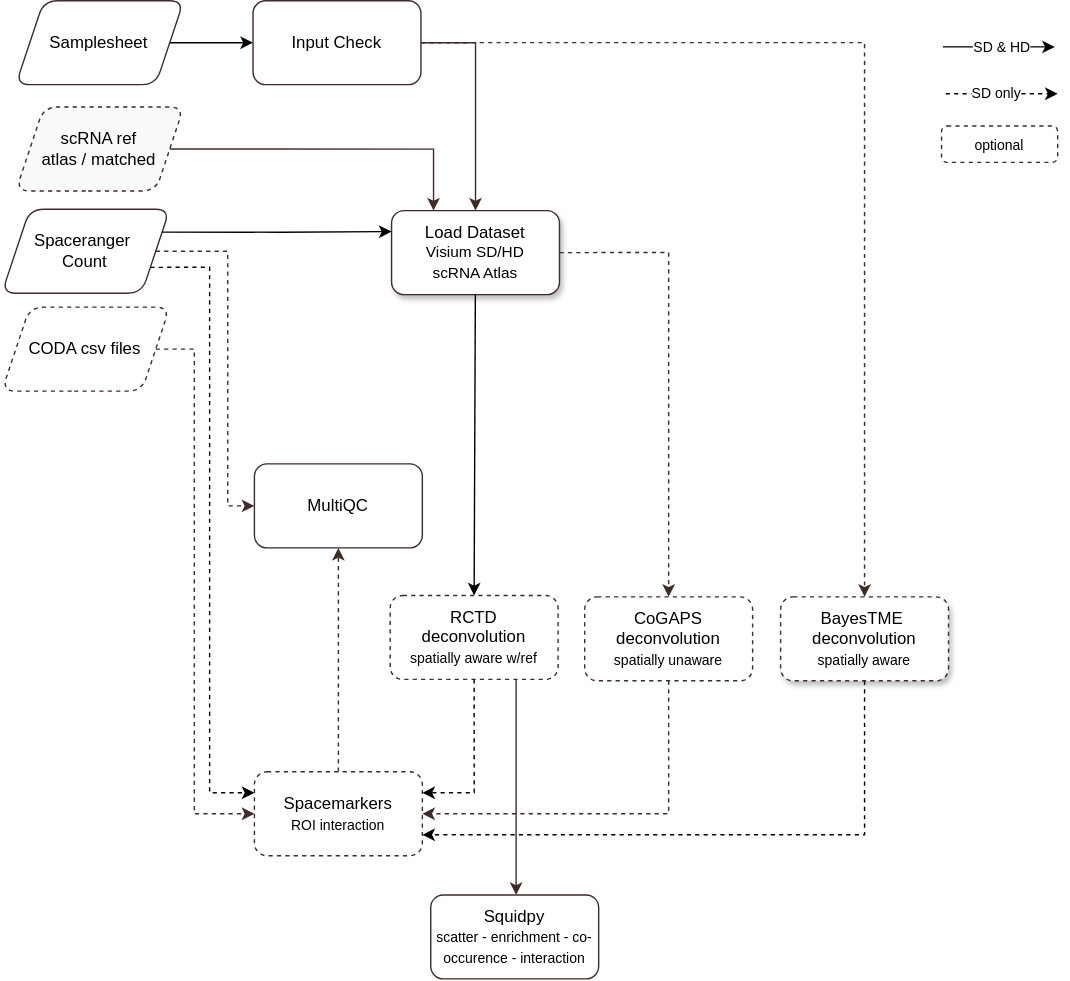
Earlier version of the draw.io export assets/btc-visium.svg (break-through-cancer/btc-spatial-pipelines). Source tidied: cells renumbered, new cells last; positions are measured from the earlier drawing's top-left corner, leaving out a move shared by most shapes.
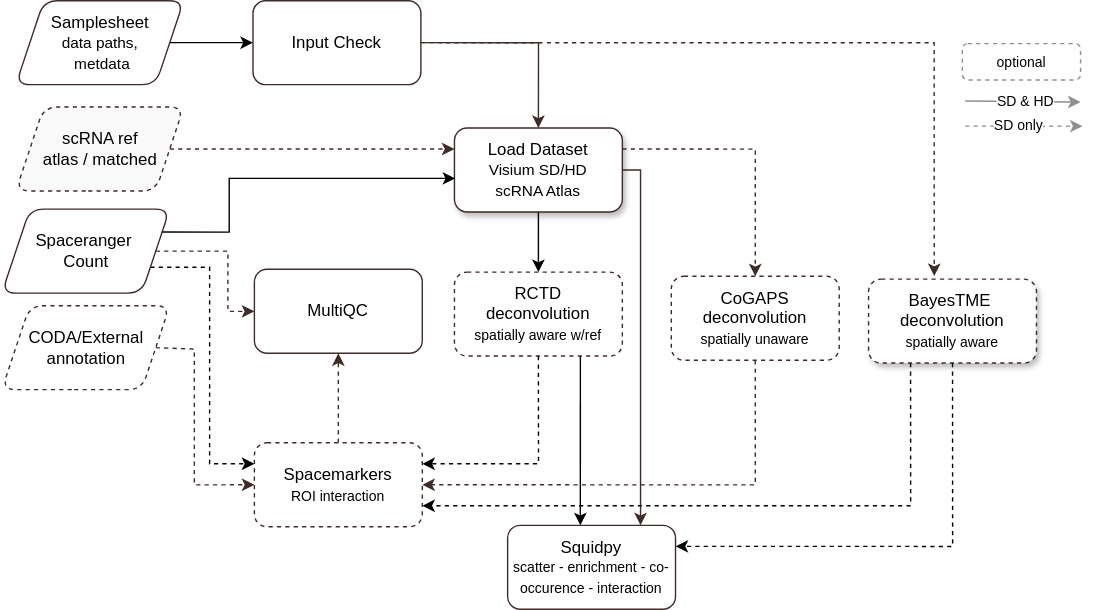
Later version of the same file.

The edit, as a diff of the source:
```diff
@@ -5,133 +5,153 @@
     <mxCell id="2" style="edgeStyle=orthogonalEdgeStyle;rounded=0;jettySize=auto;html=1;strokeColor=#3F2B29;exitX=1;exitY=0.5;exitDx=0;exitDy=0;entryX=0;entryY=0.5;entryDx=0;entryDy=0;dashed=1;" parent="1" edge="1" source="4" target="13">
       <mxGeometry relative="1" as="geometry">
         <Array as="points">
-          <mxPoint x="161" y="179" />
-          <mxPoint x="161" y="361" />
+          <mxPoint x="146" y="179" />
+          <mxPoint x="146" y="222" />
         </Array>
       </mxGeometry>
     </mxCell>
     <mxCell id="3" style="edgeStyle=orthogonalEdgeStyle;rounded=0;jettySize=auto;html=1;exitX=1;exitY=0.75;exitDx=0;exitDy=0;entryX=0;entryY=0.25;entryDx=0;entryDy=0;dashed=1;" parent="1" edge="1" source="4" target="15">
       <mxGeometry relative="1" as="geometry">
         <Array as="points">
-          <mxPoint x="148" y="191" />
-          <mxPoint x="148" y="566" />
+          <mxPoint x="133" y="191" />
+          <mxPoint x="133" y="331" />
         </Array>
       </mxGeometry>
     </mxCell>
     <mxCell id="4" value="Spaceranger&amp;nbsp;&lt;div&gt;Count&lt;/div&gt;" style="rounded=1;whiteSpace=wrap;html=1;strokeColor=#3F2B29;shape=parallelogram;boundedLbl=1;perimeter=parallelogramPerimeter;fixedSize=1;" parent="1" vertex="1">
-      <mxGeometry x="-0.5" y="149" width="120" height="60" as="geometry" />
+      <mxGeometry x="-15.5" y="149" width="120" height="60" as="geometry" />
     </mxCell>
     <mxCell id="5" style="edgeStyle=orthogonalEdgeStyle;rounded=0;jettySize=auto;html=1;strokeColor=#3F2B29;exitX=1;exitY=0.5;exitDx=0;exitDy=0;entryX=0.5;entryY=0;entryDx=0;entryDy=0;" parent="1" edge="1" source="6" target="26">
       <mxGeometry relative="1" as="geometry" />
     </mxCell>
     <mxCell id="6" value="Input Check" style="rounded=1;whiteSpace=wrap;html=1;strokeColor=#3F2B29;" parent="1" vertex="1">
-      <mxGeometry x="179" width="120" height="60" as="geometry" />
+      <mxGeometry x="164" width="120" height="60" as="geometry" />
     </mxCell>
     <mxCell id="7" style="edgeStyle=orthogonalEdgeStyle;rounded=0;jettySize=auto;html=1;exitX=1;exitY=0.5;exitDx=0;exitDy=0;entryX=0;entryY=0.5;entryDx=0;entryDy=0;strokeColor=#3F2B29;dashed=1;" parent="1" edge="1" source="8" target="15">
       <mxGeometry relative="1" as="geometry">
         <Array as="points">
-          <mxPoint x="137" y="249" />
-          <mxPoint x="137" y="581" />
+          <mxPoint x="122" y="249" />
+          <mxPoint x="122" y="346" />
         </Array>
       </mxGeometry>
     </mxCell>
-    <mxCell id="8" value="CODA csv files" style="rounded=1;whiteSpace=wrap;html=1;fillColor=default;strokeColor=#3F2B29;shape=parallelogram;boundedLbl=1;perimeter=parallelogramPerimeter;fixedSize=1;dashed=1;" parent="1" vertex="1">
-      <mxGeometry x="-0.5" y="219" width="120" height="60" as="geometry" />
+    <mxCell id="8" value="CODA/External annotation" style="rounded=1;whiteSpace=wrap;html=1;fillColor=default;strokeColor=#3F2B29;shape=parallelogram;boundedLbl=1;perimeter=parallelogramPerimeter;fixedSize=1;dashed=1;" parent="1" vertex="1">
+      <mxGeometry x="-15.5" y="218" width="120" height="60" as="geometry" />
     </mxCell>
     <mxCell id="9" style="edgeStyle=orthogonalEdgeStyle;rounded=0;jettySize=auto;html=1;entryX=0.5;entryY=1;entryDx=0;entryDy=0;strokeColor=#3F2B29;exitX=0.5;exitY=0;exitDx=0;exitDy=0;dashed=1;" parent="1" edge="1" source="15" target="13">
       <mxGeometry relative="1" as="geometry" />
     </mxCell>
-    <mxCell id="10" style="edgeStyle=orthogonalEdgeStyle;rounded=0;jettySize=auto;html=1;entryX=1;entryY=0.75;entryDx=0;entryDy=0;exitX=0.5;exitY=1;exitDx=0;exitDy=0;dashed=1;" parent="1" edge="1" source="11" target="15">
-      <mxGeometry relative="1" as="geometry" />
+    <mxCell id="10" style="edgeStyle=orthogonalEdgeStyle;rounded=0;jettySize=auto;html=1;entryX=1;entryY=0.75;entryDx=0;entryDy=0;dashed=1;exitX=0.25;exitY=1;exitDx=0;exitDy=0;" parent="1" edge="1" source="11" target="15">
+      <mxGeometry relative="1" as="geometry">
+        <Array as="points">
+          <mxPoint x="634" y="361" />
+        </Array>
+      </mxGeometry>
     </mxCell>
     <mxCell id="11" value="&lt;span style=&quot;color: rgb(0, 0, 0);&quot;&gt;BayesTME&amp;nbsp;&lt;/span&gt;&lt;div style=&quot;scrollbar-color: light-dark(#e2e2e2, #4b4b4b)&lt;br/&gt;&#9;&#9;&#9;&#9;&#9;light-dark(#fbfbfb, var(--dark-panel-color));&quot;&gt;deconvolution&lt;/div&gt;&lt;div style=&quot;scrollbar-color: light-dark(#e2e2e2, #4b4b4b)&lt;br/&gt;&#9;&#9;&#9;&#9;&#9;light-dark(#fbfbfb, var(--dark-panel-color));&quot;&gt;&lt;font style=&quot;font-size: 10px;&quot;&gt;spatially aware&lt;/font&gt;&lt;/div&gt;" style="rounded=1;whiteSpace=wrap;html=1;strokeColor=#3F2B29;dashed=1;shadow=1;" parent="1" vertex="1">
-      <mxGeometry x="556" y="426" width="120" height="60" as="geometry" />
+      <mxGeometry x="604" y="199" width="120" height="60" as="geometry" />
     </mxCell>
     <mxCell id="12" value="&lt;div&gt;&lt;span style=&quot;color: rgb(0, 0, 0);&quot;&gt;CoGAPS deconvolution&lt;/span&gt;&lt;br&gt;&lt;/div&gt;&lt;div&gt;&lt;font style=&quot;font-size: 10px;&quot; color=&quot;#000000&quot;&gt;spatially unaware&lt;/font&gt;&lt;/div&gt;" style="rounded=1;whiteSpace=wrap;html=1;strokeColor=#3F2B29;dashed=1;" parent="1" vertex="1">
-      <mxGeometry x="416" y="426" width="120" height="60" as="geometry" />
+      <mxGeometry x="463" y="197" width="120" height="60" as="geometry" />
     </mxCell>
     <mxCell id="13" value="MultiQC" style="rounded=1;whiteSpace=wrap;html=1;strokeColor=#3F2B29;" parent="1" vertex="1">
-      <mxGeometry x="180" y="331" width="120" height="60" as="geometry" />
+      <mxGeometry x="165" y="192" width="120" height="60" as="geometry" />
     </mxCell>
-    <mxCell id="14" style="edgeStyle=orthogonalEdgeStyle;rounded=0;jettySize=auto;html=1;exitX=0.75;exitY=1;exitDx=0;exitDy=0;strokeColor=#3F2B29;" parent="1" edge="1" source="23" target="20">
-      <mxGeometry relative="1" as="geometry">
-        <Array as="points">
-          <mxPoint x="367" y="681" />
-        </Array>
-      </mxGeometry>
-    </mxCell>
     <mxCell id="15" value="Spacemarkers&lt;div&gt;&lt;font style=&quot;font-size: 10px;&quot;&gt;ROI interaction&lt;/font&gt;&lt;/div&gt;" style="rounded=1;whiteSpace=wrap;html=1;strokeColor=#3F2B29;dashed=1;" parent="1" vertex="1">
-      <mxGeometry x="180" y="551" width="120" height="60" as="geometry" />
+      <mxGeometry x="165" y="316" width="120" height="60" as="geometry" />
     </mxCell>
     <mxCell id="16" style="edgeStyle=orthogonalEdgeStyle;rounded=0;jettySize=auto;html=1;" parent="1" edge="1" source="17" target="6">
       <mxGeometry relative="1" as="geometry" />
     </mxCell>
-    <mxCell id="17" value="&lt;div&gt;Samplesheet&lt;/div&gt;" style="rounded=1;whiteSpace=wrap;html=1;strokeColor=#3F2B29;shape=parallelogram;boundedLbl=1;perimeter=parallelogramPerimeter;fixedSize=1;" parent="1" vertex="1">
-      <mxGeometry x="9.5" width="120" height="60" as="geometry" />
+    <mxCell id="17" value="&lt;div&gt;Samplesheet&lt;/div&gt;&lt;div&gt;&lt;font style=&quot;font-size: 11px;&quot;&gt;data paths,&lt;/font&gt;&lt;/div&gt;&lt;div&gt;&lt;font style=&quot;font-size: 11px;&quot;&gt;&amp;nbsp;metdata&lt;/font&gt;&lt;/div&gt;" style="rounded=1;whiteSpace=wrap;html=1;strokeColor=#3F2B29;shape=parallelogram;boundedLbl=1;perimeter=parallelogramPerimeter;fixedSize=1;" parent="1" vertex="1">
+      <mxGeometry x="-5.5" width="120" height="60" as="geometry" />
     </mxCell>
-    <mxCell id="18" style="edgeStyle=none;html=1;" parent="1" edge="1">
+    <mxCell id="18" style="edgeStyle=none;html=1;strokeColor=#8F8F8F;" parent="1" edge="1">
       <mxGeometry relative="1" as="geometry">
-        <mxPoint x="672" y="33" as="sourcePoint" />
-        <mxPoint x="752" y="33" as="targetPoint" />
+        <mxPoint x="673" y="71.7" as="sourcePoint" />
+        <mxPoint x="755.5" y="72.5" as="targetPoint" />
       </mxGeometry>
     </mxCell>
-    <mxCell id="19" value="&lt;font style=&quot;font-size: 10px;&quot;&gt;SD &amp;amp; HD&lt;/font&gt;" style="edgeLabel;html=1;align=center;verticalAlign=middle;" parent="18" vertex="1">
+    <mxCell id="19" value="&lt;font style=&quot;font-size: 10px;&quot;&gt;SD &amp;amp; HD&lt;/font&gt;" style="edgeLabel;html=1;align=center;verticalAlign=middle;strokeColor=#8F8F8F;" parent="18" vertex="1">
       <mxGeometry x="0.03" y="2" relative="1" as="geometry">
         <mxPoint y="1" as="offset" />
       </mxGeometry>
     </mxCell>
     <mxCell id="20" value="Squidpy&lt;div&gt;&lt;font style=&quot;font-size: 10px;&quot;&gt;scatter - enrichment - co-occurence - interaction&lt;/font&gt;&lt;/div&gt;" style="rounded=1;whiteSpace=wrap;html=1;strokeColor=#3F2B29;" parent="1" vertex="1">
-      <mxGeometry x="306" y="639" width="120" height="60" as="geometry" />
+      <mxGeometry x="346" y="375" width="120" height="60" as="geometry" />
     </mxCell>
-    <mxCell id="21" value="&lt;font style=&quot;font-size: 10px;&quot;&gt;optional&lt;/font&gt;" style="rounded=1;whiteSpace=wrap;html=1;fillColor=#FFFFFF;strokeColor=#3F2B29;dashed=1;" parent="1" vertex="1">
-      <mxGeometry x="671" y="89.5" width="83" height="26" as="geometry" />
+    <mxCell id="21" value="&lt;font style=&quot;font-size: 10px;&quot;&gt;optional&lt;/font&gt;" style="rounded=1;whiteSpace=wrap;html=1;fillColor=#FFFFFF;strokeColor=#8F8F8F;dashed=1;" parent="1" vertex="1">
+      <mxGeometry x="671" y="30.7" width="84.5" height="26" as="geometry" />
     </mxCell>
     <mxCell id="22" value="scRNA ref&lt;div&gt;atlas / matched&lt;/div&gt;" style="rounded=1;whiteSpace=wrap;html=1;fillColor=#FAFAFA;strokeColor=#3F2B29;shape=parallelogram;boundedLbl=1;perimeter=parallelogramPerimeter;fixedSize=1;dashed=1;" parent="1" vertex="1">
-      <mxGeometry x="9.5" y="76" width="120" height="60" as="geometry" />
+      <mxGeometry x="-5.5" y="76" width="120" height="60" as="geometry" />
     </mxCell>
     <mxCell id="23" value="&lt;div style=&quot;scrollbar-color: light-dark(#e2e2e2, #4b4b4b)&lt;br/&gt;&#9;&#9;&#9;&#9;&#9;light-dark(#fbfbfb, var(--dark-panel-color));&quot;&gt;&lt;font color=&quot;#000000&quot;&gt;RCTD&lt;/font&gt;&lt;/div&gt;&lt;div style=&quot;scrollbar-color: light-dark(#e2e2e2, #4b4b4b)&lt;br/&gt;&#9;&#9;&#9;&#9;&#9;light-dark(#fbfbfb, var(--dark-panel-color));&quot;&gt;deconvolution&lt;/div&gt;&lt;div style=&quot;scrollbar-color: light-dark(#e2e2e2, #4b4b4b)&lt;br/&gt;&#9;&#9;&#9;&#9;&#9;light-dark(#fbfbfb, var(--dark-panel-color));&quot;&gt;&lt;font style=&quot;font-size: 10px;&quot;&gt;spatially aware w/ref&lt;/font&gt;&lt;/div&gt;" style="rounded=1;whiteSpace=wrap;html=1;strokeColor=#3F2B29;dashed=1;fillColor=none;" parent="1" vertex="1">
-      <mxGeometry x="277" y="425" width="120" height="60" as="geometry" />
+      <mxGeometry x="308" y="194" width="120" height="60" as="geometry" />
     </mxCell>
     <mxCell id="24" style="edgeStyle=orthogonalEdgeStyle;rounded=0;jettySize=auto;html=1;exitX=0.5;exitY=1;exitDx=0;exitDy=0;entryX=1;entryY=0.25;entryDx=0;entryDy=0;dashed=1;" parent="1" edge="1" source="23" target="15">
       <mxGeometry relative="1" as="geometry" />
     </mxCell>
-    <mxCell id="25" style="edgeStyle=none;html=1;entryX=0.5;entryY=0;entryDx=0;entryDy=0;dotted=1;" parent="1" edge="1" source="26" target="23">
+    <mxCell id="25" style="edgeStyle=none;html=1;entryX=0.5;entryY=0;entryDx=0;entryDy=0;dotted=1;exitX=0.5;exitY=1;exitDx=0;exitDy=0;" parent="1" edge="1" source="26" target="23">
       <mxGeometry relative="1" as="geometry" />
     </mxCell>
     <mxCell id="26" value="Load Dataset&lt;div&gt;&lt;font style=&quot;font-size: 11px;&quot;&gt;Visium SD/HD&lt;/font&gt;&lt;/div&gt;&lt;div&gt;&lt;font style=&quot;font-size: 11px;&quot;&gt;scRNA Atlas&lt;/font&gt;&lt;/div&gt;" style="rounded=1;whiteSpace=wrap;html=1;strokeColor=#3F2B29;dashed=0;shadow=1;" parent="1" vertex="1">
-      <mxGeometry x="278" y="150" width="120" height="60" as="geometry" />
+      <mxGeometry x="308" y="91" width="120" height="60" as="geometry" />
     </mxCell>
-    <mxCell id="27" style="edgeStyle=orthogonalEdgeStyle;rounded=0;jettySize=auto;html=1;exitX=1;exitY=0.25;exitDx=0;exitDy=0;entryX=0;entryY=0.25;entryDx=0;entryDy=0;" parent="1" edge="1" source="4" target="26">
-      <mxGeometry relative="1" as="geometry" />
+    <mxCell id="27" style="edgeStyle=orthogonalEdgeStyle;rounded=0;jettySize=auto;html=1;exitX=1;exitY=0.25;exitDx=0;exitDy=0;entryX=0.005;entryY=0.6;entryDx=0;entryDy=0;entryPerimeter=0;" parent="1" edge="1" source="4" target="26">
+      <mxGeometry relative="1" as="geometry">
+        <Array as="points">
+          <mxPoint x="147" y="165" />
+          <mxPoint x="147" y="127" />
+        </Array>
+      </mxGeometry>
     </mxCell>
-    <mxCell id="28" style="edgeStyle=orthogonalEdgeStyle;rounded=0;jettySize=auto;html=1;strokeColor=#3F2B29;exitX=1;exitY=0.5;exitDx=0;exitDy=0;entryX=0.5;entryY=0;entryDx=0;entryDy=0;dashed=1;" parent="1" edge="1" source="26" target="12">
+    <mxCell id="28" style="edgeStyle=orthogonalEdgeStyle;rounded=0;jettySize=auto;html=1;strokeColor=#3F2B29;exitX=1;exitY=0.25;exitDx=0;exitDy=0;entryX=0.5;entryY=0;entryDx=0;entryDy=0;dashed=1;" parent="1" edge="1" source="26" target="12">
       <mxGeometry relative="1" as="geometry">
         <Array as="points">
-          <mxPoint x="476" y="180" />
+          <mxPoint x="523" y="106" />
         </Array>
       </mxGeometry>
     </mxCell>
-    <mxCell id="29" style="edgeStyle=orthogonalEdgeStyle;rounded=0;jettySize=auto;html=1;strokeColor=#3F2B29;exitX=1;exitY=0.5;exitDx=0;exitDy=0;entryX=0.5;entryY=0;entryDx=0;entryDy=0;dashed=1;" parent="1" edge="1" source="6" target="11">
+    <mxCell id="29" style="edgeStyle=orthogonalEdgeStyle;rounded=0;jettySize=auto;html=1;strokeColor=#3F2B29;exitX=1;exitY=0.5;exitDx=0;exitDy=0;dashed=1;entryX=0.391;entryY=-0.036;entryDx=0;entryDy=0;entryPerimeter=0;" parent="1" edge="1" source="6" target="11">
       <mxGeometry relative="1" as="geometry">
         <Array as="points">
-          <mxPoint x="616" y="30" />
+          <mxPoint x="651" y="30" />
         </Array>
       </mxGeometry>
     </mxCell>
     <mxCell id="30" style="edgeStyle=orthogonalEdgeStyle;rounded=0;jettySize=auto;html=1;strokeColor=#3F2B29;exitX=0.5;exitY=1;exitDx=0;exitDy=0;entryX=1;entryY=0.5;entryDx=0;entryDy=0;dashed=1;" parent="1" edge="1" source="12" target="15">
       <mxGeometry relative="1" as="geometry" />
     </mxCell>
-    <mxCell id="31" style="edgeStyle=orthogonalEdgeStyle;rounded=0;jettySize=auto;html=1;strokeColor=#3F2B29;exitX=1;exitY=0.5;exitDx=0;exitDy=0;entryX=0.25;entryY=0;entryDx=0;entryDy=0;" parent="1" edge="1" source="22" target="26">
+    <mxCell id="31" style="edgeStyle=orthogonalEdgeStyle;rounded=0;jettySize=auto;html=1;strokeColor=#3F2B29;exitX=1;exitY=0.5;exitDx=0;exitDy=0;entryX=0;entryY=0.25;entryDx=0;entryDy=0;dashed=1;" parent="1" edge="1" source="22" target="26">
       <mxGeometry relative="1" as="geometry" />
     </mxCell>
-    <mxCell id="32" style="edgeStyle=none;html=1;dashed=1;" parent="1" edge="1">
+    <mxCell id="32" style="edgeStyle=none;html=1;dashed=1;strokeColor=#8F8F8F;" parent="1" edge="1">
       <mxGeometry relative="1" as="geometry">
-        <mxPoint x="674" y="66.5" as="sourcePoint" />
-        <mxPoint x="754" y="66.5" as="targetPoint" />
+        <mxPoint x="673" y="89.7" as="sourcePoint" />
+        <mxPoint x="757" y="89.7" as="targetPoint" />
       </mxGeometry>
     </mxCell>
-    <mxCell id="33" value="&lt;font style=&quot;font-size: 10px;&quot;&gt;SD only&lt;/font&gt;" style="edgeLabel;html=1;align=center;verticalAlign=middle;" parent="32" vertex="1">
+    <mxCell id="33" value="&lt;font style=&quot;font-size: 10px;&quot;&gt;SD only&lt;/font&gt;" style="edgeLabel;html=1;align=center;verticalAlign=middle;strokeColor=#8F8F8F;" parent="32" vertex="1">
       <mxGeometry x="-0.1" y="1" relative="1" as="geometry" />
     </mxCell>
+    <mxCell id="14" style="edgeStyle=none;html=1;entryX=0.433;entryY=0;entryDx=0;entryDy=0;dotted=1;exitX=0.75;exitY=1;exitDx=0;exitDy=0;entryPerimeter=0;" parent="1" edge="1" source="23" target="20">
+      <mxGeometry relative="1" as="geometry" />
+    </mxCell>
+    <mxCell id="34" style="edgeStyle=orthogonalEdgeStyle;rounded=0;jettySize=auto;html=1;entryX=1;entryY=0.25;entryDx=0;entryDy=0;dashed=1;exitX=0.5;exitY=1;exitDx=0;exitDy=0;" parent="1" edge="1" source="11" target="20">
+      <mxGeometry relative="1" as="geometry">
+        <Array as="points">
+          <mxPoint x="664" y="390" />
+        </Array>
+      </mxGeometry>
+    </mxCell>
+    <mxCell id="35" style="edgeStyle=orthogonalEdgeStyle;rounded=0;jettySize=auto;html=1;strokeColor=#3F2B29;exitX=1;exitY=0.5;exitDx=0;exitDy=0;" parent="1" edge="1" source="26">
+      <mxGeometry relative="1" as="geometry">
+        <mxPoint x="441" y="375" as="targetPoint" />
+        <Array as="points">
+          <mxPoint x="441" y="121" />
+        </Array>
+      </mxGeometry>
+    </mxCell>
   </root>
 </mxGraphModel>
```
